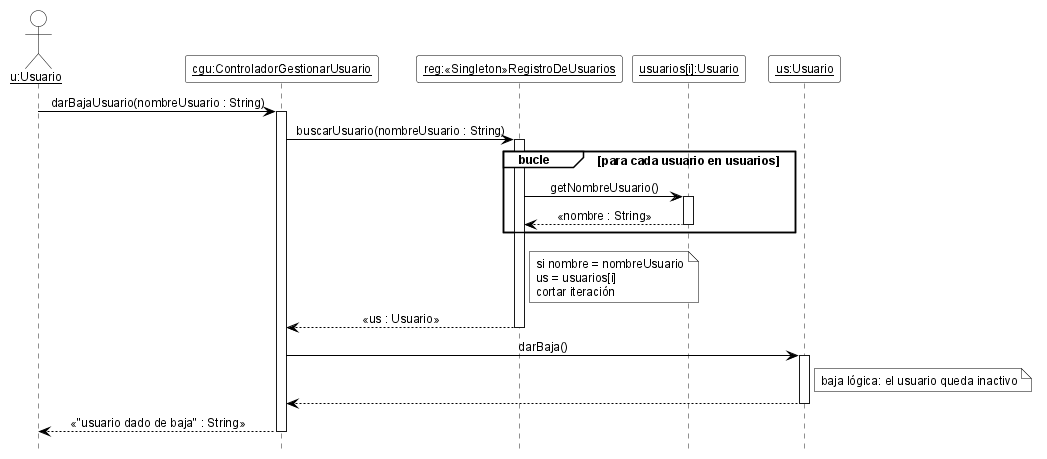
Above: 08-Diagrama De Secuencia/DSD_CU-02_darBajaUsuario.png in cirotop/Stock-Project (PlantUML), before the change.
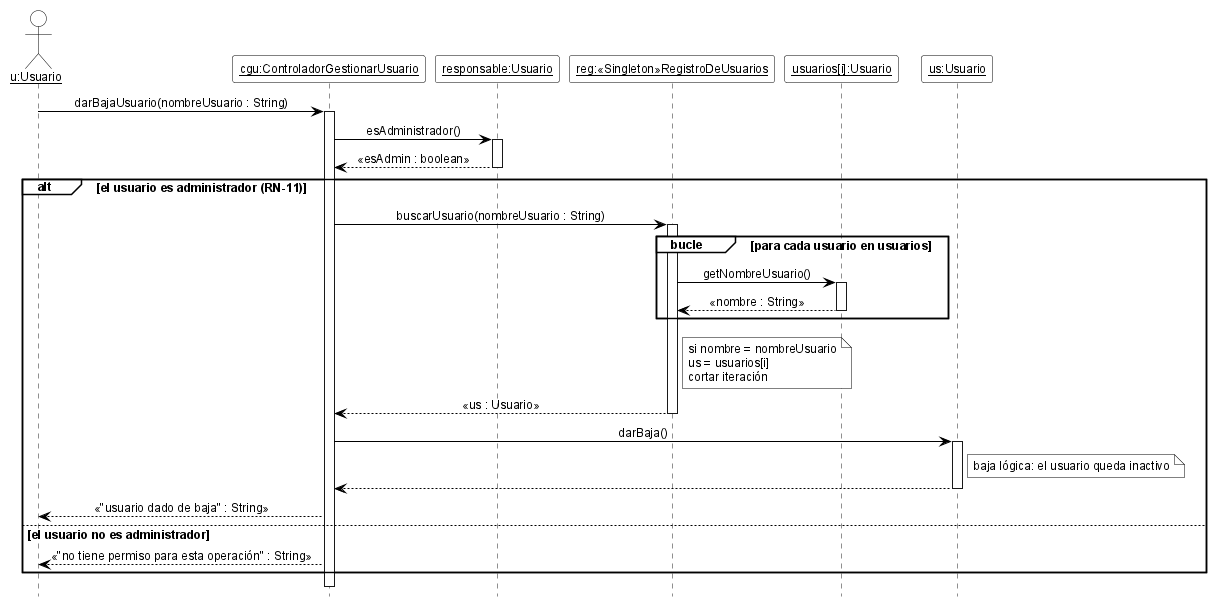
The same file after the commit.

Diff of the diagram source:
```diff
@@ -21,25 +21,33 @@
 
 actor "<u>u:Usuario</u>" as u
 participant "<u>cgu:ControladorGestionarUsuario</u>" as cgu
+participant "<u>responsable:Usuario</u>" as resp
 participant "<u>reg:«Singleton»RegistroDeUsuarios</u>" as reg
 participant "<u>usuarios[i]:Usuario</u>" as ui
 participant "<u>us:Usuario</u>" as us
 
 u -> cgu ++ : darBajaUsuario(nombreUsuario : String)
-cgu -> reg ++ : buscarUsuario(nombreUsuario : String)
-group bucle [para cada usuario en usuarios]
-  reg -> ui ++ : getNombreUsuario()
-  ui --> reg -- : «nombre : String»
+cgu -> resp ++ : esAdministrador()
+resp --> cgu -- : «esAdmin : boolean»
+alt el usuario es administrador (RN-11)
+  cgu -> reg ++ : buscarUsuario(nombreUsuario : String)
+  group bucle [para cada usuario en usuarios]
+    reg -> ui ++ : getNombreUsuario()
+    ui --> reg -- : «nombre : String»
+  end
+  note right of reg
+    si nombre = nombreUsuario
+    us = usuarios[i]
+    cortar iteración
+  end note
+  reg --> cgu -- : «us : Usuario»
+  cgu -> us ++ : darBaja()
+  note right of us : baja lógica: el usuario queda inactivo
+  us --> cgu --
+  cgu --> u : «"usuario dado de baja" : String»
+else el usuario no es administrador
+  cgu --> u : «"no tiene permiso para esta operación" : String»
 end
-note right of reg
-  si nombre = nombreUsuario
-  us = usuarios[i]
-  cortar iteración
-end note
-reg --> cgu -- : «us : Usuario»
-cgu -> us ++ : darBaja()
-note right of us : baja lógica: el usuario queda inactivo
-us --> cgu --
-cgu --> u -- : «"usuario dado de baja" : String»
+deactivate cgu
 
 @enduml
```
